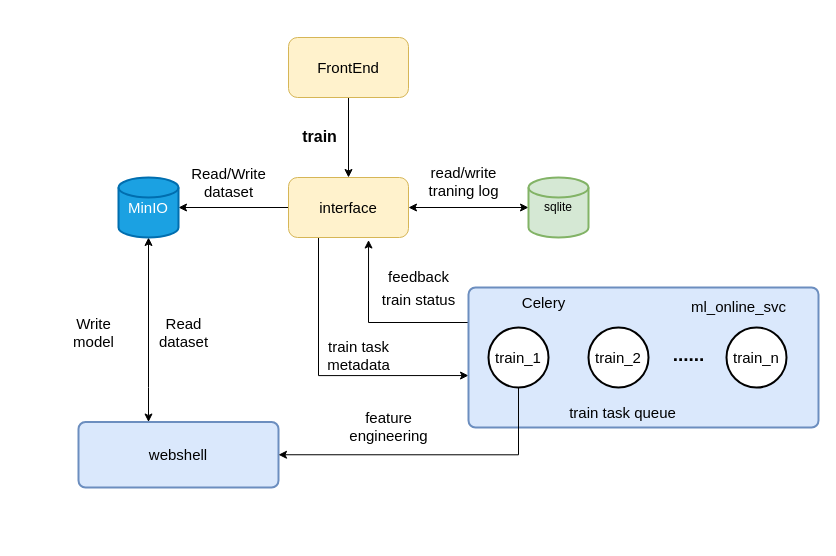
Before: 未命名绘图 的副本.drawio in HuangLuGuang/diagrams, a draw.io diagram. Source tidied: cells renumbered, new cells numbered last; positions are measured from the earlier drawing's top-left corner, leaving out a move shared by most shapes. Both pictures are drawn from the tidied source at 100%, with x=0, y=0 at pixel (63, 37).
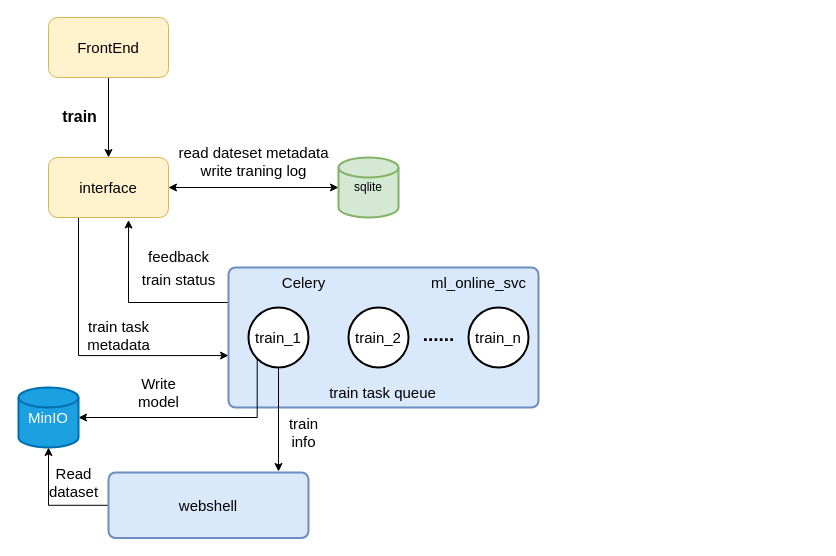
The same diagram, later.

Commit message:
更新未命名绘图 的副本.drawio

Diff of the diagram source:
```diff
@@
     <mxCell id="4" value="&lt;font style=&quot;font-size: 15px;&quot;&gt;FrontEnd&lt;/font&gt;" style="rounded=1;whiteSpace=wrap;html=1;fillColor=#fff2cc;strokeColor=#d6b656;" parent="1" vertex="1">
-      <mxGeometry x="225" width="120" height="60" as="geometry" />
+      <mxGeometry x="-15" y="-20" width="120" height="60" as="geometry" />
     </mxCell>
@@
     <mxCell id="6" style="edgeStyle=orthogonalEdgeStyle;rounded=0;jettySize=auto;html=1;exitX=0.25;exitY=1;exitDx=0;exitDy=0;fontSize=15;entryX=0;entryY=0.629;entryDx=0;entryDy=0;entryPerimeter=0;" parent="1" edge="1" source="8" target="11">
       <mxGeometry relative="1" as="geometry">
         <Array as="points">
-          <mxPoint x="255" y="338" />
+          <mxPoint x="15" y="318" />
         </Array>
       </mxGeometry>
     </mxCell>
-    <mxCell id="7" style="edgeStyle=orthogonalEdgeStyle;rounded=0;jettySize=auto;html=1;exitX=0;exitY=0.5;exitDx=0;exitDy=0;entryX=1;entryY=0.5;entryDx=0;entryDy=0;entryPerimeter=0;fontSize=15;" parent="1" edge="1" source="8" target="25">
-      <mxGeometry relative="1" as="geometry" />
-    </mxCell>
     <mxCell id="8" value="&lt;font style=&quot;font-size: 15px;&quot;&gt;interface&lt;/font&gt;" style="whiteSpace=wrap;html=1;fillColor=#fff2cc;strokeColor=#d6b656;rounded=1;sketch=0;glass=0;" parent="1" vertex="1">
-      <mxGeometry x="225" y="140" width="120" height="60" as="geometry" />
+      <mxGeometry x="-15" y="120" width="120" height="60" as="geometry" />
     </mxCell>
     <mxCell id="9" value="sqlite" style="strokeWidth=2;html=1;shape=mxgraph.flowchart.database;whiteSpace=wrap;rounded=1;glass=0;sketch=0;fillColor=#d5e8d4;strokeColor=#82b366;" parent="1" vertex="1">
-      <mxGeometry x="465" y="140" width="60" height="60" as="geometry" />
+      <mxGeometry x="275" y="120" width="60" height="60" as="geometry" />
     </mxCell>
@@
     <mxCell id="11" style="rounded=1;whiteSpace=wrap;html=1;absoluteArcSize=1;arcSize=14;strokeWidth=2;glass=0;sketch=0;fillColor=#dae8fc;strokeColor=#6c8ebf;" parent="1" vertex="1">
-      <mxGeometry x="405" y="250" width="350" height="140" as="geometry" />
+      <mxGeometry x="165" y="230" width="310" height="140" as="geometry" />
     </mxCell>
-    <mxCell id="12" style="edgeStyle=orthogonalEdgeStyle;rounded=0;jettySize=auto;html=1;entryX=0.5;entryY=1;entryDx=0;entryDy=0;entryPerimeter=0;fontSize=15;endArrow=classic;endFill=1;startArrow=classic;startFill=1;" parent="1" edge="1" source="13" target="25">
-      <mxGeometry relative="1" as="geometry">
-        <Array as="points">
-          <mxPoint x="85" y="350" />
-          <mxPoint x="85" y="350" />
-        </Array>
-      </mxGeometry>
+    <mxCell id="12" style="edgeStyle=orthogonalEdgeStyle;rounded=0;jettySize=auto;html=1;entryX=0.5;entryY=1;entryDx=0;entryDy=0;entryPerimeter=0;" parent="1" edge="1" source="13" target="25">
+      <mxGeometry relative="1" as="geometry" />
     </mxCell>
     <mxCell id="13" value="&lt;font style=&quot;font-size: 15px;&quot;&gt;webshell&lt;/font&gt;" style="rounded=1;whiteSpace=wrap;html=1;absoluteArcSize=1;arcSize=14;strokeWidth=2;glass=0;sketch=0;fillColor=#dae8fc;strokeColor=#6c8ebf;" parent="1" vertex="1">
-      <mxGeometry x="15" y="384.5" width="200" height="65.5" as="geometry" />
+      <mxGeometry x="45" y="435" width="200" height="65.5" as="geometry" />
     </mxCell>
-    <mxCell id="14" style="edgeStyle=orthogonalEdgeStyle;rounded=0;jettySize=auto;html=1;exitX=0.5;exitY=1;exitDx=0;exitDy=0;exitPerimeter=0;entryX=1;entryY=0.5;entryDx=0;entryDy=0;fontSize=15;" parent="1" edge="1" source="15" target="13">
+    <mxCell id="14" style="edgeStyle=orthogonalEdgeStyle;rounded=0;jettySize=auto;html=1;exitX=0.5;exitY=1;exitDx=0;exitDy=0;exitPerimeter=0;entryX=0.85;entryY=-0.015;entryDx=0;entryDy=0;entryPerimeter=0;" parent="1" edge="1" source="15" target="13">
       <mxGeometry relative="1" as="geometry" />
     </mxCell>
+    <mxCell id="30" style="edgeStyle=orthogonalEdgeStyle;rounded=0;jettySize=auto;html=1;exitX=0.145;exitY=0.855;exitDx=0;exitDy=0;exitPerimeter=0;" parent="1" edge="1" source="15" target="25">
+      <mxGeometry relative="1" as="geometry">
+        <Array as="points">
+          <mxPoint x="194" y="380" />
+        </Array>
+      </mxGeometry>
+    </mxCell>
     <mxCell id="15" value="&lt;font style=&quot;font-size: 15px;&quot;&gt;train_1&lt;/font&gt;" style="strokeWidth=2;html=1;shape=mxgraph.flowchart.start_2;whiteSpace=wrap;rounded=1;glass=0;sketch=0;" parent="1" vertex="1">
-      <mxGeometry x="425" y="290" width="60" height="60" as="geometry" />
+      <mxGeometry x="185" y="270" width="60" height="60" as="geometry" />
     </mxCell>
     <mxCell id="16" value="&lt;font style=&quot;font-size: 15px;&quot;&gt;train_2&lt;/font&gt;" style="strokeWidth=2;html=1;shape=mxgraph.flowchart.start_2;whiteSpace=wrap;rounded=1;glass=0;sketch=0;" parent="1" vertex="1">
-      <mxGeometry x="525" y="290" width="60" height="60" as="geometry" />
+      <mxGeometry x="285" y="270" width="60" height="60" as="geometry" />
     </mxCell>
     <mxCell id="17" value="&lt;font style=&quot;font-size: 15px;&quot;&gt;train_n&lt;/font&gt;" style="strokeWidth=2;html=1;shape=mxgraph.flowchart.start_2;whiteSpace=wrap;rounded=1;glass=0;sketch=0;" parent="1" vertex="1">
-      <mxGeometry x="663" y="290" width="60" height="60" as="geometry" />
+      <mxGeometry x="405" y="270" width="60" height="60" as="geometry" />
     </mxCell>
     <mxCell id="18" value="&lt;b&gt;&lt;font style=&quot;font-size: 19px;&quot;&gt;......&lt;/font&gt;&lt;/b&gt;" style="text;html=1;align=center;verticalAlign=middle;strokeColor=none;fillColor=none;" parent="1" vertex="1">
-      <mxGeometry x="595" y="298" width="60" height="40" as="geometry" />
+      <mxGeometry x="345" y="278" width="60" height="40" as="geometry" />
     </mxCell>
     <mxCell id="19" value="&lt;font style=&quot;font-size: 15px;&quot;&gt;feedback&lt;br&gt;train status&lt;/font&gt;" style="text;html=1;align=center;verticalAlign=middle;strokeColor=none;fillColor=none;fontSize=19;" parent="1" vertex="1">
-      <mxGeometry x="305" y="220" width="100" height="60" as="geometry" />
+      <mxGeometry x="65" y="200" width="100" height="60" as="geometry" />
     </mxCell>
     <mxCell id="20" value="&lt;font style=&quot;font-size: 15px;&quot;&gt;train task queue&lt;/font&gt;" style="text;html=1;align=center;verticalAlign=middle;fillColor=none;strokeColor=none;rounded=0;glass=0;sketch=0;fontSize=12;" parent="1" vertex="1">
-      <mxGeometry x="494" y="360" width="130" height="30" as="geometry" />
+      <mxGeometry x="254" y="340" width="130" height="30" as="geometry" />
     </mxCell>
     <mxCell id="21" value="&lt;font style=&quot;font-size: 15px;&quot;&gt;ml_online_svc&lt;/font&gt;" style="text;html=1;align=center;verticalAlign=middle;fillColor=none;strokeColor=none;rounded=0;glass=0;sketch=0;fontSize=12;" parent="1" vertex="1">
-      <mxGeometry x="615" y="254" width="120" height="30" as="geometry" />
+      <mxGeometry x="355" y="230" width="120" height="30" as="geometry" />
     </mxCell>
-    <mxCell id="22" value="feature&lt;br&gt;engineering&lt;br&gt;" style="text;html=1;align=center;verticalAlign=middle;strokeColor=none;fillColor=none;fontSize=15;" parent="1" vertex="1">
-      <mxGeometry x="275" y="364" width="100" height="50" as="geometry" />
+    <mxCell id="22" value="train&lt;br&gt;info" style="text;html=1;align=center;verticalAlign=middle;strokeColor=none;fillColor=none;fontSize=15;" parent="1" vertex="1">
+      <mxGeometry x="215" y="370" width="50" height="50" as="geometry" />
     </mxCell>
     <mxCell id="23" value="train task&lt;br&gt;metadata" style="text;html=1;align=center;verticalAlign=middle;strokeColor=none;fillColor=none;fontSize=15;" parent="1" vertex="1">
-      <mxGeometry x="250" y="293" width="90" height="50" as="geometry" />
+      <mxGeometry x="10" y="273" width="90" height="50" as="geometry" />
     </mxCell>
     <mxCell id="24" value="Celery" style="text;html=1;align=center;verticalAlign=middle;fillColor=none;strokeColor=none;rounded=0;glass=0;sketch=0;fontSize=15;" parent="1" vertex="1">
-      <mxGeometry x="445" y="250" width="70" height="30" as="geometry" />
+      <mxGeometry x="205" y="230" width="70" height="30" as="geometry" />
     </mxCell>
     <mxCell id="25" value="MinIO" style="strokeWidth=2;html=1;shape=mxgraph.flowchart.database;whiteSpace=wrap;rounded=1;glass=0;sketch=0;fontSize=15;fillColor=#1ba1e2;fontColor=#ffffff;strokeColor=#006EAF;" parent="1" vertex="1">
-      <mxGeometry x="55" y="140" width="60" height="60" as="geometry" />
+      <mxGeometry x="-45" y="350" width="60" height="60" as="geometry" />
     </mxCell>
-    <mxCell id="26" value="Read/Write&lt;br&gt;dataset&lt;br&gt;" style="text;html=1;align=center;verticalAlign=middle;strokeColor=none;fillColor=none;fontSize=15;" parent="1" vertex="1">
-      <mxGeometry x="115" y="120" width="100" height="50" as="geometry" />
-    </mxCell>
     <mxCell id="27" value="Read&lt;br&gt;dataset" style="text;html=1;align=center;verticalAlign=middle;strokeColor=none;fillColor=none;fontSize=15;" parent="1" vertex="1">
-      <mxGeometry x="85" y="270" width="70" height="50" as="geometry" />
+      <mxGeometry x="-25" y="420" width="70" height="50" as="geometry" />
     </mxCell>
     <mxCell id="28" value="Write&lt;br&gt;model" style="text;html=1;align=center;verticalAlign=middle;strokeColor=none;fillColor=none;fontSize=15;" parent="1" vertex="1">
-      <mxGeometry y="270" width="60" height="50" as="geometry" />
+      <mxGeometry x="65" y="330" width="60" height="50" as="geometry" />
     </mxCell>
-    <mxCell id="29" value="&lt;span style=&quot;font-size: 15px;&quot;&gt;read/write&lt;/span&gt;&lt;br style=&quot;font-size: 15px;&quot;&gt;&lt;span style=&quot;font-size: 15px;&quot;&gt;traning log&lt;/span&gt;&lt;br style=&quot;font-size: 15px;&quot;&gt;&lt;div style=&quot;margin: -8px 0px 10px; padding: 0px; display: flex; font-family: &amp;quot;PingFang SC&amp;quot;, Arial, &amp;quot;Hiragino Sans GB&amp;quot;, STHeiti, &amp;quot;Microsoft YaHei&amp;quot;, &amp;quot;WenQuanYi Micro Hei&amp;quot;, sans-serif; font-variant-ligatures: no-common-ligatures; text-align: start; background-color: rgb(255, 255, 255);&quot; class=&quot;Trans__tool__3zP13&quot;&gt;&lt;/div&gt;" style="text;html=1;align=center;verticalAlign=middle;strokeColor=none;fillColor=none;" parent="1" vertex="1">
-      <mxGeometry x="355" y="120" width="90" height="50" as="geometry" />
+    <mxCell id="29" value="&lt;span style=&quot;font-size: 15px;&quot;&gt;read dateset metadata&lt;/span&gt;&lt;br style=&quot;font-size: 15px;&quot;&gt;&lt;span style=&quot;font-size: 15px;&quot;&gt;write traning log&lt;/span&gt;&lt;br style=&quot;font-size: 15px;&quot;&gt;&lt;div style=&quot;margin: -8px 0px 10px; padding: 0px; display: flex; font-family: &amp;quot;PingFang SC&amp;quot;, Arial, &amp;quot;Hiragino Sans GB&amp;quot;, STHeiti, &amp;quot;Microsoft YaHei&amp;quot;, &amp;quot;WenQuanYi Micro Hei&amp;quot;, sans-serif; font-variant-ligatures: no-common-ligatures; text-align: start; background-color: rgb(255, 255, 255);&quot; class=&quot;Trans__tool__3zP13&quot;&gt;&lt;/div&gt;" style="text;html=1;align=center;verticalAlign=middle;strokeColor=none;fillColor=none;" parent="1" vertex="1">
+      <mxGeometry x="105" y="100" width="170" height="50" as="geometry" />
     </mxCell>
```
